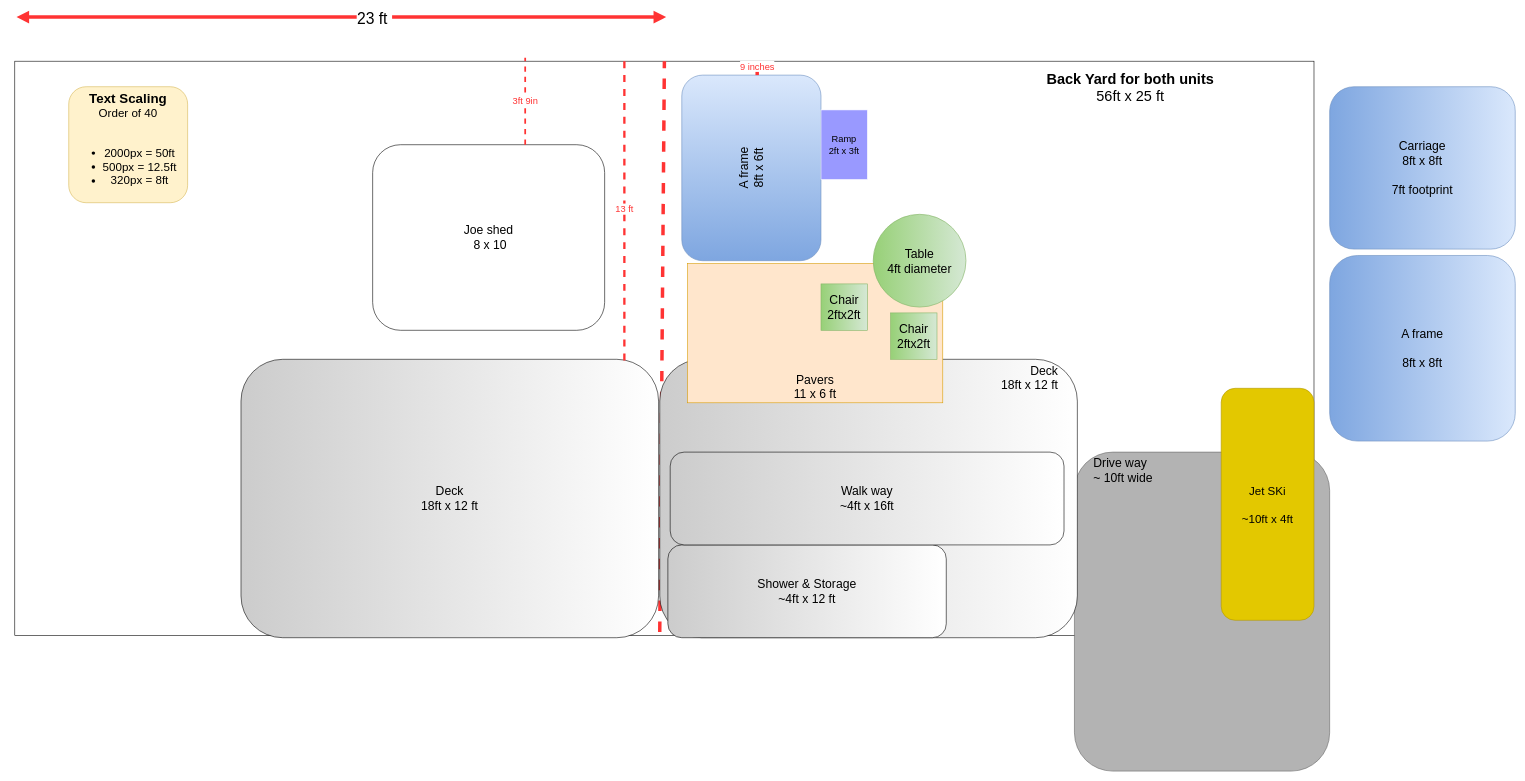
timfitzGit/SeaIsle keeps this draw.io diagram as BackYard.drawio. Above is the earlier version. Source tidied: cells renumbered, new cells numbered last; positions are measured from the earlier drawing's top-left corner, leaving out a move shared by most shapes. Both pictures are drawn from the tidied source at 58%, with x=0, y=0 at pixel (14, 17).
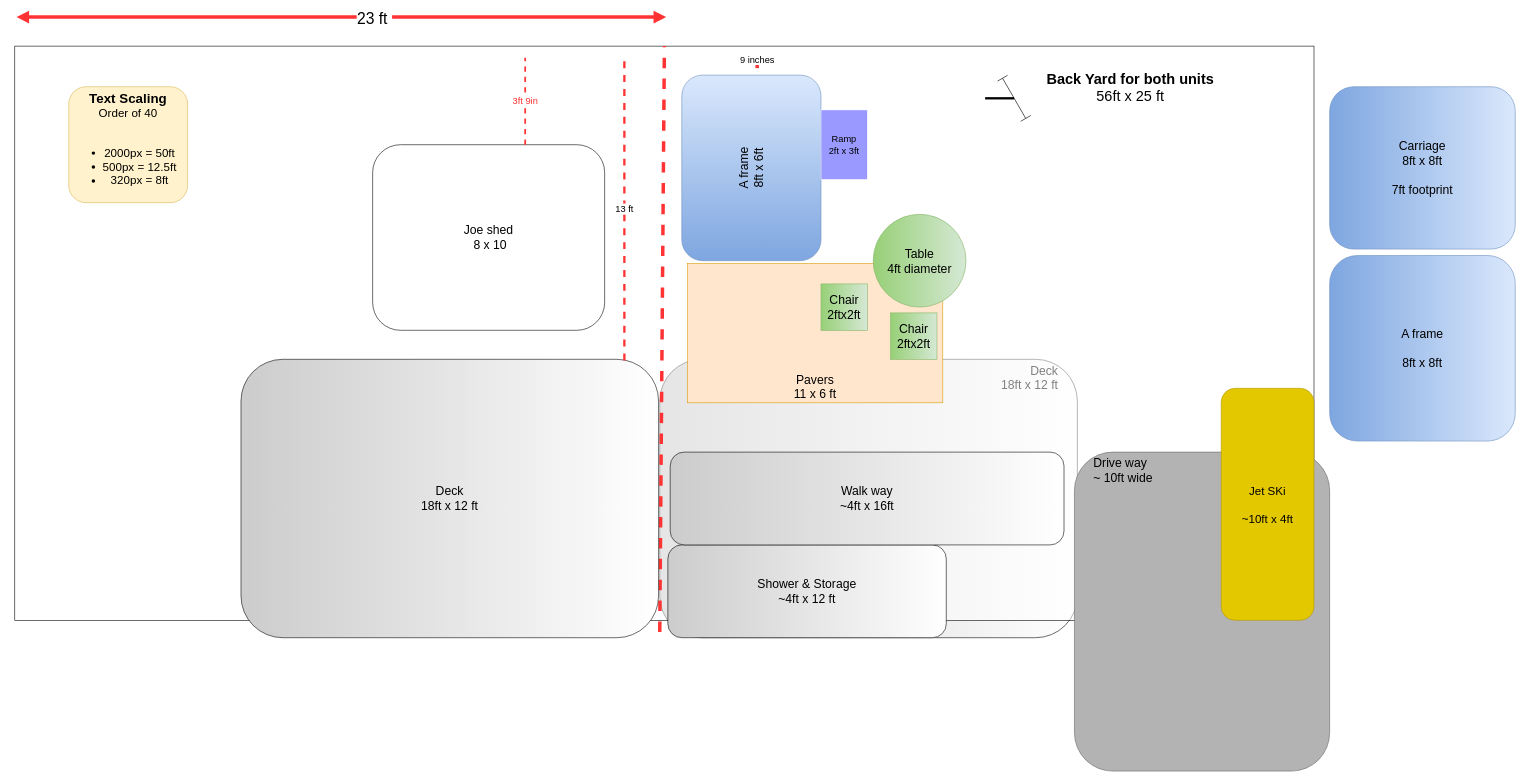
The same diagram, later.

What changed in the source:
```diff
@@
+    <mxCell id="8" value="Deck&lt;br&gt;18ft x 12 ft" style="rounded=1;whiteSpace=wrap;html=1;fontSize=21;gradientColor=#CCCCCC;gradientDirection=west;verticalAlign=top;align=right;spacingRight=31;" parent="1" vertex="1">
+      <mxGeometry x="1112" y="590" width="720" height="480" as="geometry" />
+    </mxCell>
     <mxCell id="2" style="rounded=0;whiteSpace=wrap;html=1;imageAspect=0;imageWidth=40;imageHeight=25;absoluteArcSize=0;fontSize=18;fillOpacity=50;" parent="1" vertex="1">
-      <mxGeometry y="76" width="2240" height="990" as="geometry" />
+      <mxGeometry y="50" width="2240" height="990" as="geometry" />
     </mxCell>
@@
-    <mxCell id="8" value="Deck&lt;br&gt;18ft x 12 ft" style="rounded=1;whiteSpace=wrap;html=1;fontSize=21;gradientColor=#CCCCCC;gradientDirection=west;verticalAlign=top;align=right;spacingRight=31;" parent="1" vertex="1">
-      <mxGeometry x="1112" y="590" width="720" height="480" as="geometry" />
-    </mxCell>
@@
-    <mxCell id="15" value="13 ft" style="endArrow=none;dashed=1;html=1;rounded=0;fontSize=16;strokeWidth=4;strokeColor=#FF3333;fontColor=#FF3333;" parent="1" edge="1">
+    <mxCell id="15" value="13 ft" style="endArrow=none;dashed=1;html=1;rounded=0;fontSize=16;strokeWidth=4;strokeColor=#FF3333;fontColor=#000000;" parent="1" edge="1">
       <mxGeometry relative="1" as="geometry">
         <mxPoint x="1051" y="592" as="sourcePoint" />
         <mxPoint x="1051" y="70" as="targetPoint" />
       </mxGeometry>
     </mxCell>
@@
-    <mxCell id="21" value="9 inches" style="endArrow=none;dashed=1;html=1;rounded=0;fontSize=16;strokeWidth=6;strokeColor=#FF3333;fontColor=#FF3333;" parent="1" edge="1">
+    <mxCell id="21" value="9 inches" style="endArrow=none;dashed=1;html=1;rounded=0;fontSize=16;strokeWidth=6;strokeColor=#FF3333;fontColor=#000000;" parent="1" edge="1">
       <mxGeometry relative="1" as="geometry">
-        <mxPoint x="1280" y="100" as="sourcePoint" />
-        <mxPoint x="1280" y="70" as="targetPoint" />
+        <mxPoint x="1280" y="88" as="sourcePoint" />
+        <mxPoint x="1280" y="58" as="targetPoint" />
       </mxGeometry>
     </mxCell>
@@
+    <mxCell id="26" style="shape=crossbar;whiteSpace=wrap;html=1;rounded=1;direction=south;rotation=-30;" parent="1" vertex="1">
+      <mxGeometry x="1713" y="100" width="20" height="80" as="geometry" />
+    </mxCell>
+    <mxCell id="27" style="line;strokeWidth=4;html=1;perimeter=backbonePerimeter;" parent="1" vertex="1">
+      <mxGeometry x="1673" y="135" width="50" height="10" as="geometry" />
+    </mxCell>
```
